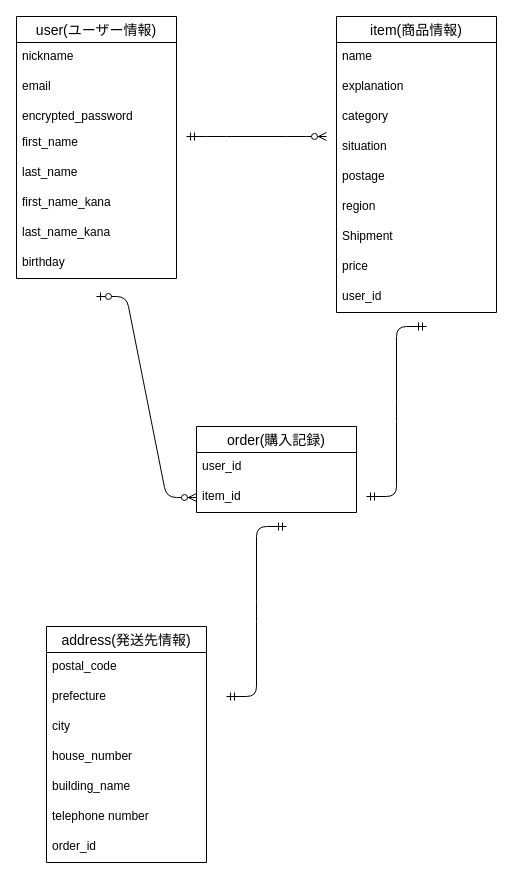
Above: furima.dio in yuka3prgrm/furima-39446 (draw.io), before the change. Source tidied: cells renumbered, new cells numbered last; positions are measured from the earlier drawing's top-left corner, leaving out a move shared by most shapes. Both pictures are drawn from the tidied source at 100%, with x=0, y=0 at pixel (16, 16).
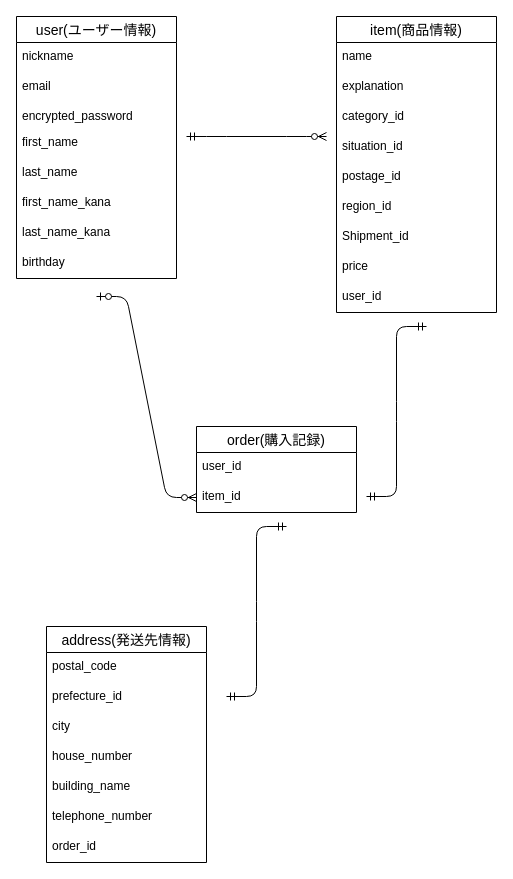
The same page after the edit.

Commit message (it also covers changes not shown here):
データベース設計（修正）

The change refers to these unchanged cells:
```xml
<mxCell id="11" value="item(商品情報)" style="swimlane;fontStyle=0;horizontal=1;startSize=26;align=center;fontSize=14;" parent="1" vertex="1">
  <mxGeometry x="320" width="160" height="296" as="geometry" />
</mxCell>
<mxCell id="24" value="address(発送先情報)" style="swimlane;fontStyle=0;horizontal=1;startSize=26;align=center;fontSize=14;" parent="1" vertex="1">
  <mxGeometry x="30" y="610" width="160" height="236" as="geometry" />
</mxCell>
```

Diff of the diagram source:
```diff
@@
-    <mxCell id="14" value="category" style="text;strokeColor=none;fillColor=none;spacingLeft=4;spacingRight=4;overflow=hidden;fontSize=12;" parent="11" vertex="1">
+    <mxCell id="14" value="category_id" style="text;strokeColor=none;fillColor=none;spacingLeft=4;spacingRight=4;overflow=hidden;fontSize=12;" parent="11" vertex="1">
       <mxGeometry y="86" width="160" height="30" as="geometry" />
     </mxCell>
-    <mxCell id="15" value="situation" style="text;strokeColor=none;fillColor=none;spacingLeft=4;spacingRight=4;overflow=hidden;fontSize=12;" parent="11" vertex="1">
+    <mxCell id="15" value="situation_id" style="text;strokeColor=none;fillColor=none;spacingLeft=4;spacingRight=4;overflow=hidden;fontSize=12;" parent="11" vertex="1">
       <mxGeometry y="116" width="160" height="30" as="geometry" />
     </mxCell>
-    <mxCell id="16" value="postage" style="text;strokeColor=none;fillColor=none;spacingLeft=4;spacingRight=4;overflow=hidden;fontSize=12;" parent="11" vertex="1">
+    <mxCell id="16" value="postage_id" style="text;strokeColor=none;fillColor=none;spacingLeft=4;spacingRight=4;overflow=hidden;fontSize=12;" parent="11" vertex="1">
       <mxGeometry y="146" width="160" height="30" as="geometry" />
     </mxCell>
-    <mxCell id="17" value="region" style="text;strokeColor=none;fillColor=none;spacingLeft=4;spacingRight=4;overflow=hidden;fontSize=12;" parent="11" vertex="1">
+    <mxCell id="17" value="region_id" style="text;strokeColor=none;fillColor=none;spacingLeft=4;spacingRight=4;overflow=hidden;fontSize=12;" parent="11" vertex="1">
       <mxGeometry y="176" width="160" height="30" as="geometry" />
     </mxCell>
-    <mxCell id="18" value="Shipment" style="text;strokeColor=none;fillColor=none;spacingLeft=4;spacingRight=4;overflow=hidden;fontSize=12;" parent="11" vertex="1">
+    <mxCell id="18" value="Shipment_id" style="text;strokeColor=none;fillColor=none;spacingLeft=4;spacingRight=4;overflow=hidden;fontSize=12;" parent="11" vertex="1">
       <mxGeometry y="206" width="160" height="30" as="geometry" />
     </mxCell>
@@
-    <mxCell id="26" value="prefecture" style="text;strokeColor=none;fillColor=none;spacingLeft=4;spacingRight=4;overflow=hidden;fontSize=12;" parent="24" vertex="1">
+    <mxCell id="26" value="prefecture_id" style="text;strokeColor=none;fillColor=none;spacingLeft=4;spacingRight=4;overflow=hidden;fontSize=12;labelBackgroundColor=none;" parent="24" vertex="1">
       <mxGeometry y="56" width="160" height="30" as="geometry" />
     </mxCell>
@@
-    <mxCell id="30" value="telephone number" style="text;strokeColor=none;fillColor=none;spacingLeft=4;spacingRight=4;overflow=hidden;fontSize=12;" parent="24" vertex="1">
+    <mxCell id="30" value="telephone_number" style="text;strokeColor=none;fillColor=none;spacingLeft=4;spacingRight=4;overflow=hidden;fontSize=12;" parent="24" vertex="1">
       <mxGeometry y="176" width="160" height="30" as="geometry" />
     </mxCell>
```
